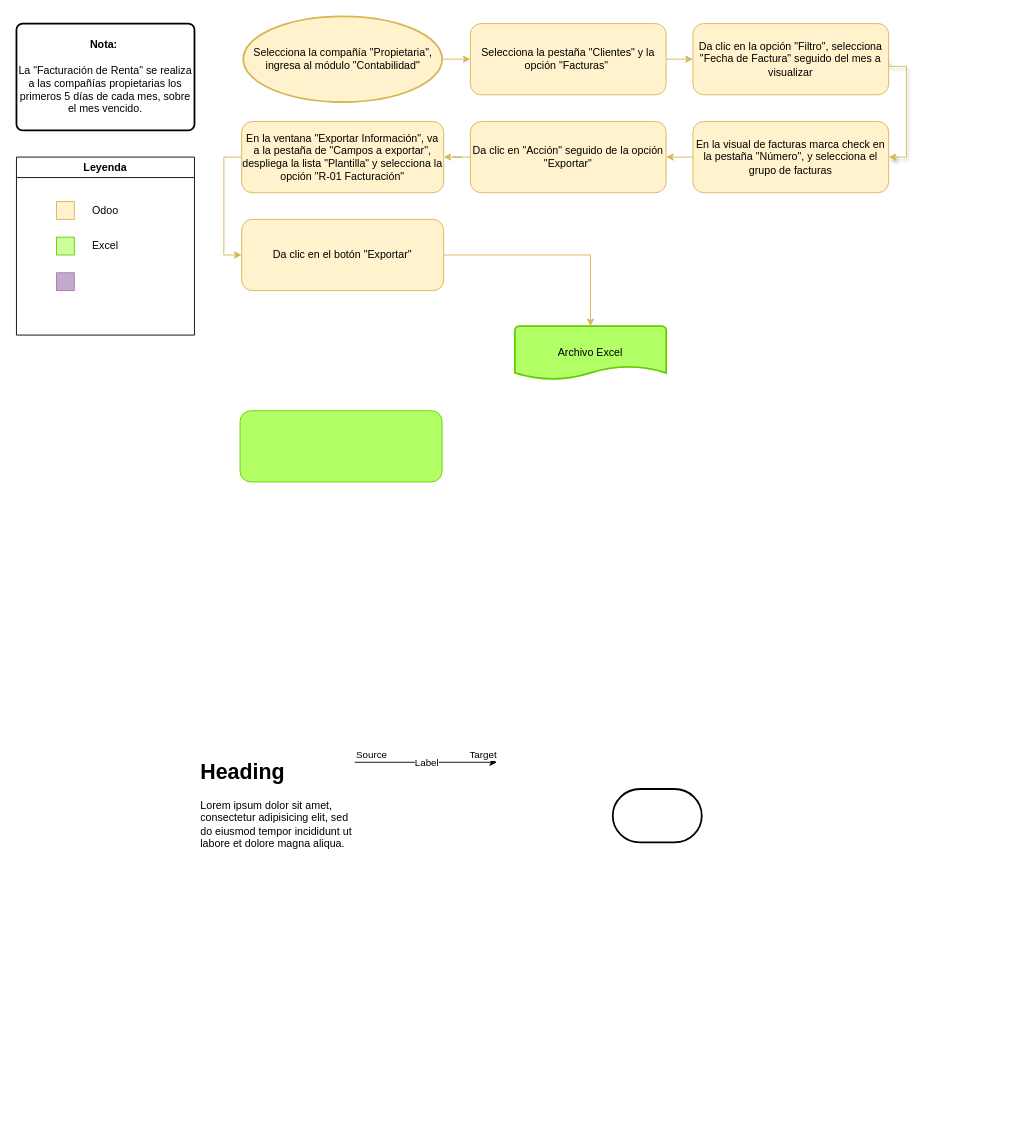
patycodejs/codealo-commerce keeps this draw.io diagram as page "Renta" (1 of 5) of Proceso Indicadores Facturación de Renta.drawio. Above is the earlier version. Source tidied: cells renumbered, new cells numbered last; positions are measured from the earlier drawing's top-left corner, leaving out a move shared by most shapes. Both pictures are drawn from the tidied source at 89%, with x=0, y=0 at pixel (16, 16).
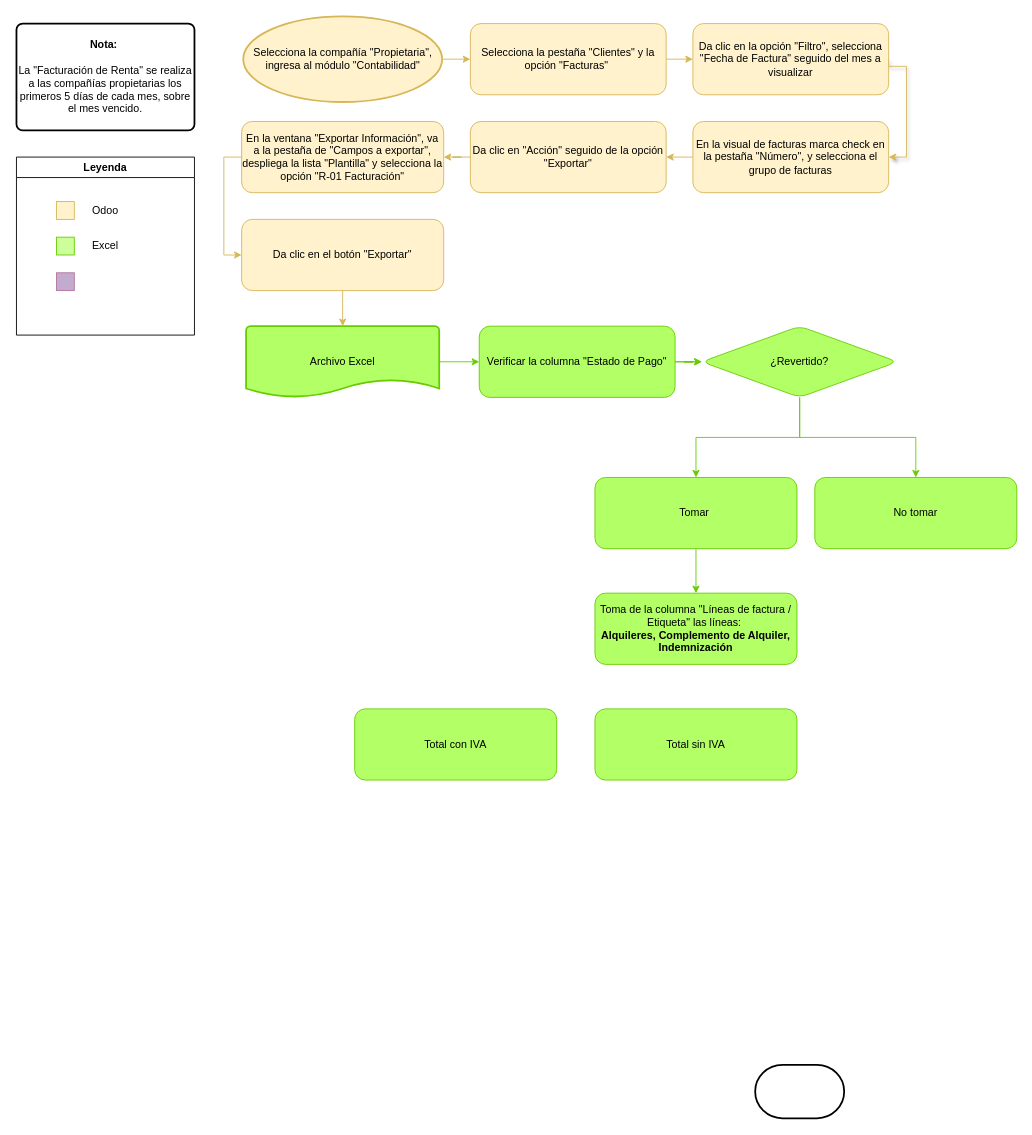
Above is the later version.

Unchanged cells that the change refers to:
```xml
<mxCell id="26" value="Da clic en el botón &quot;Exportar&quot;" style="rounded=1;whiteSpace=wrap;html=1;fontSize=12;glass=0;strokeWidth=1;shadow=0;fillColor=#fff2cc;strokeColor=#d6b656;" parent="1" vertex="1">
  <mxGeometry x="253" y="228" width="227" height="80" as="geometry" />
</mxCell>
```

The edit, as a diff of the source:
```diff
@@
-    <mxCell id="11" style="endArrow=classic;html=1;rounded=0;" parent="1" edge="1">
-      <mxGeometry relative="1" as="geometry">
-        <mxPoint x="380" y="838" as="sourcePoint" />
-        <mxPoint x="540" y="838" as="targetPoint" />
-      </mxGeometry>
-    </mxCell>
-    <mxCell id="12" value="Label" style="edgeLabel;html=1;align=center;verticalAlign=middle;" parent="11" vertex="1">
-      <mxGeometry relative="1" as="geometry" />
-    </mxCell>
-    <mxCell id="13" value="Source" style="edgeLabel;html=1;align=left;verticalAlign=bottom;" parent="11" vertex="1">
-      <mxGeometry x="-1" relative="1" as="geometry" />
-    </mxCell>
-    <mxCell id="14" value="Target" style="edgeLabel;html=1;align=right;verticalAlign=bottom;" parent="11" vertex="1">
-      <mxGeometry x="1" relative="1" as="geometry" />
-    </mxCell>
-    <mxCell id="15" value="&lt;h1 style=&quot;margin-top: 0px;&quot;&gt;Heading&lt;/h1&gt;&lt;p&gt;Lorem ipsum dolor sit amet, consectetur adipisicing elit, sed do eiusmod tempor incididunt ut labore et dolore magna aliqua.&lt;/p&gt;" style="text;html=1;whiteSpace=wrap;overflow=hidden;rounded=0;" parent="1" vertex="1">
-      <mxGeometry x="205" y="828" width="180" height="120" as="geometry" />
-    </mxCell>
+    <mxCell id="33" style="edgeStyle=orthogonalEdgeStyle;rounded=0;jettySize=auto;html=1;exitX=1;exitY=0.5;exitDx=0;exitDy=0;exitPerimeter=0;entryX=0;entryY=0.5;entryDx=0;entryDy=0;strokeColor=#66CC00;" parent="1" edge="1" source="16" target="31">
+      <mxGeometry relative="1" as="geometry" />
+    </mxCell>
     <mxCell id="16" value="Archivo Excel" style="strokeWidth=2;html=1;shape=mxgraph.flowchart.document2;whiteSpace=wrap;size=0.25;fillColor=#B3FF66;strokeColor=#66CC00;" parent="1" vertex="1">
-      <mxGeometry x="560" y="348" width="170" height="60" as="geometry" />
+      <mxGeometry x="258" y="348" width="217" height="80" as="geometry" />
     </mxCell>
     <mxCell id="17" style="strokeWidth=2;html=1;shape=mxgraph.flowchart.terminator;whiteSpace=wrap;" parent="1" vertex="1">
-      <mxGeometry x="670" y="868" width="100" height="60" as="geometry" />
+      <mxGeometry x="830" y="1178" width="100" height="60" as="geometry" />
     </mxCell>
@@
-    <mxCell id="30" style="edgeStyle=orthogonalEdgeStyle;rounded=0;jettySize=auto;html=1;exitX=1;exitY=0.5;exitDx=0;exitDy=0;entryX=0.5;entryY=0;entryDx=0;entryDy=0;entryPerimeter=0;strokeColor=#D6B656;" parent="1" edge="1" source="26" target="16">
-      <mxGeometry relative="1" as="geometry" />
-    </mxCell>
+    <mxCell id="34" style="edgeStyle=orthogonalEdgeStyle;rounded=0;jettySize=auto;html=1;strokeColor=#66CC00;" parent="1" edge="1" source="31" target="38">
+      <mxGeometry relative="1" as="geometry" />
+    </mxCell>
+    <mxCell id="35" style="edgeStyle=orthogonalEdgeStyle;rounded=0;jettySize=auto;html=1;strokeColor=#66CC00;" parent="1" edge="1" source="31" target="38">
+      <mxGeometry relative="1" as="geometry" />
+    </mxCell>
-    <mxCell id="31" style="rounded=1;whiteSpace=wrap;html=1;fontSize=12;glass=0;strokeWidth=1;shadow=0;fillColor=#B3FF66;strokeColor=#66CC00;" parent="1" vertex="1">
-      <mxGeometry x="251.2" y="443" width="227" height="80" as="geometry" />
+    <mxCell id="31" value="Verificar la columna &quot;Estado de Pago&quot;" style="rounded=1;whiteSpace=wrap;html=1;fontSize=12;glass=0;strokeWidth=1;shadow=0;fillColor=#B3FF66;strokeColor=#66CC00;" parent="1" vertex="1">
+      <mxGeometry x="520" y="348" width="220" height="80" as="geometry" />
     </mxCell>
@@
+    <mxCell id="36" style="edgeStyle=orthogonalEdgeStyle;rounded=0;jettySize=auto;html=1;exitX=0.5;exitY=1;exitDx=0;exitDy=0;entryX=0.5;entryY=0;entryDx=0;entryDy=0;strokeColor=#66CC00;" parent="1" edge="1" source="38" target="41">
+      <mxGeometry relative="1" as="geometry" />
+    </mxCell>
+    <mxCell id="37" style="edgeStyle=orthogonalEdgeStyle;rounded=0;jettySize=auto;html=1;exitX=0.5;exitY=1;exitDx=0;exitDy=0;entryX=0.5;entryY=0;entryDx=0;entryDy=0;strokeColor=#66CC00;" parent="1" edge="1" source="38" target="40">
+      <mxGeometry relative="1" as="geometry" />
+    </mxCell>
+    <mxCell id="38" value="¿Revertido?" style="rhombus;whiteSpace=wrap;html=1;fillColor=#B3FF66;strokeColor=#66CC00;rounded=1;glass=0;strokeWidth=1;shadow=0;" parent="1" vertex="1">
+      <mxGeometry x="770" y="348" width="220" height="80" as="geometry" />
+    </mxCell>
+    <mxCell id="39" style="edgeStyle=orthogonalEdgeStyle;rounded=0;jettySize=auto;html=1;exitX=0.5;exitY=1;exitDx=0;exitDy=0;entryX=0.5;entryY=0;entryDx=0;entryDy=0;strokeColor=#66CC00;" parent="1" edge="1" source="40" target="42">
+      <mxGeometry relative="1" as="geometry" />
+    </mxCell>
+    <mxCell id="40" value="Tomar&amp;nbsp;" style="rounded=1;whiteSpace=wrap;html=1;fontSize=12;glass=0;strokeWidth=1;shadow=0;fillColor=#B3FF66;strokeColor=#66CC00;" parent="1" vertex="1">
+      <mxGeometry x="650" y="518" width="227" height="80" as="geometry" />
+    </mxCell>
+    <mxCell id="41" value="No tomar" style="rounded=1;whiteSpace=wrap;html=1;fontSize=12;glass=0;strokeWidth=1;shadow=0;fillColor=#B3FF66;strokeColor=#66CC00;" parent="1" vertex="1">
+      <mxGeometry x="897" y="518" width="227" height="80" as="geometry" />
+    </mxCell>
+    <mxCell id="42" value="Toma de la columna &quot;Líneas de factura / Etiqueta&quot; las líneas:&amp;nbsp;&lt;div&gt;&lt;b style=&quot;background-color: initial;&quot;&gt;Alquileres, Complemento de Alquiler, Indemnización&lt;/b&gt;&lt;/div&gt;" style="rounded=1;whiteSpace=wrap;html=1;fontSize=12;glass=0;strokeWidth=1;shadow=0;fillColor=#B3FF66;strokeColor=#66CC00;" parent="1" vertex="1">
+      <mxGeometry x="650" y="648" width="227" height="80" as="geometry" />
+    </mxCell>
+    <mxCell id="30" style="edgeStyle=orthogonalEdgeStyle;rounded=0;jettySize=auto;html=1;exitX=0.5;exitY=1;exitDx=0;exitDy=0;entryX=0.5;entryY=0;entryDx=0;entryDy=0;entryPerimeter=0;strokeColor=#D6B656;" parent="1" edge="1" source="26" target="16">
+      <mxGeometry relative="1" as="geometry" />
+    </mxCell>
+    <mxCell id="43" value="Total con IVA" style="rounded=1;whiteSpace=wrap;html=1;fontSize=12;glass=0;strokeWidth=1;shadow=0;fillColor=#B3FF66;strokeColor=#66CC00;" parent="1" vertex="1">
+      <mxGeometry x="380" y="778" width="227" height="80" as="geometry" />
+    </mxCell>
+    <mxCell id="44" value="Total sin IVA" style="rounded=1;whiteSpace=wrap;html=1;fontSize=12;glass=0;strokeWidth=1;shadow=0;fillColor=#B3FF66;strokeColor=#66CC00;" parent="1" vertex="1">
+      <mxGeometry x="650" y="778" width="227" height="80" as="geometry" />
+    </mxCell>
```
